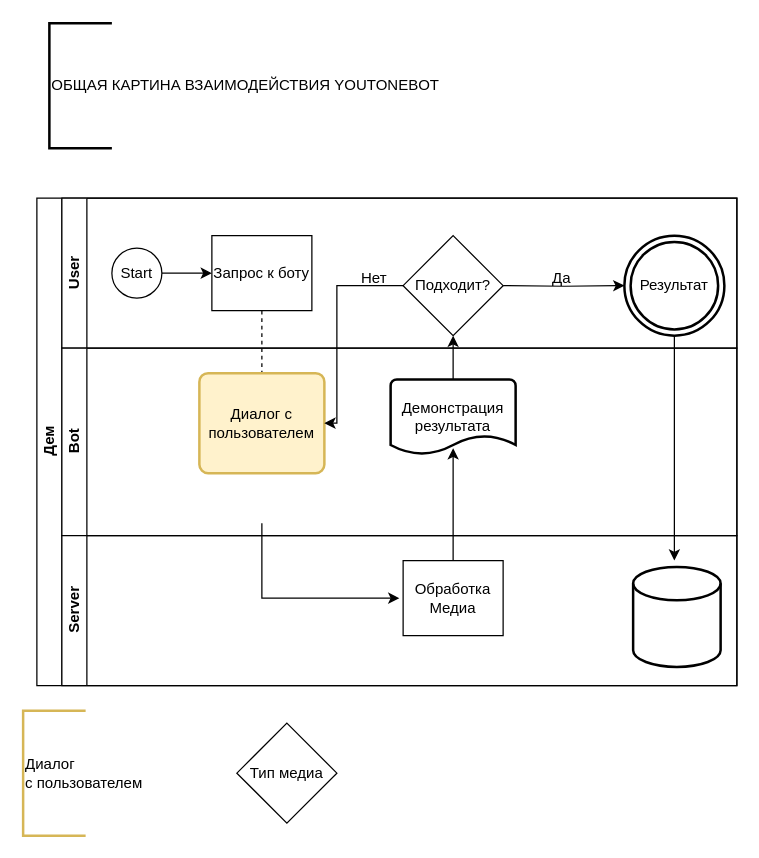
This is Бот YouToneBot.drawio from YouTone/Analysis, a draw.io file, before an edit. Source tidied: cells renumbered, new cells numbered last; positions are measured from the earlier drawing's top-left corner, leaving out a move shared by most shapes. Both pictures are drawn from the tidied source at 125%, with x=0, y=0 at pixel (22, 22).
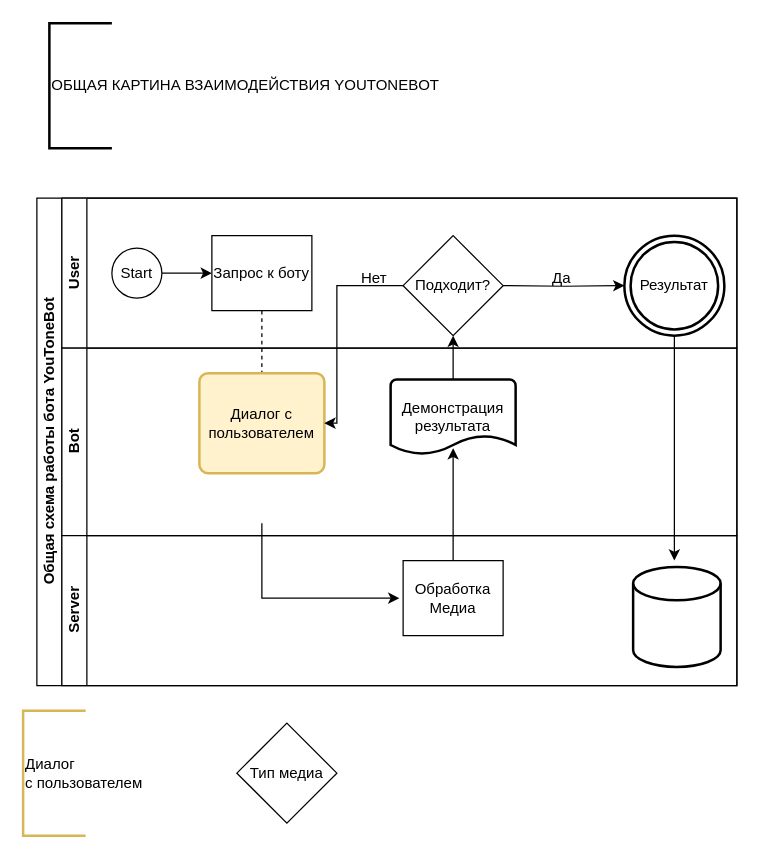
The same page after the edit.

The edit, as a diff of the source:
```diff
@@
-    <mxCell id="2" value="Дем" style="swimlane;html=1;horizontal=0;startSize=20;" parent="1" vertex="1">
+    <mxCell id="2" value="Общая схема работы бота YouToneBot" style="swimlane;html=1;horizontal=0;startSize=20;" parent="1" vertex="1">
       <mxGeometry x="11" y="140" width="560" height="390" as="geometry" />
     </mxCell>
```
